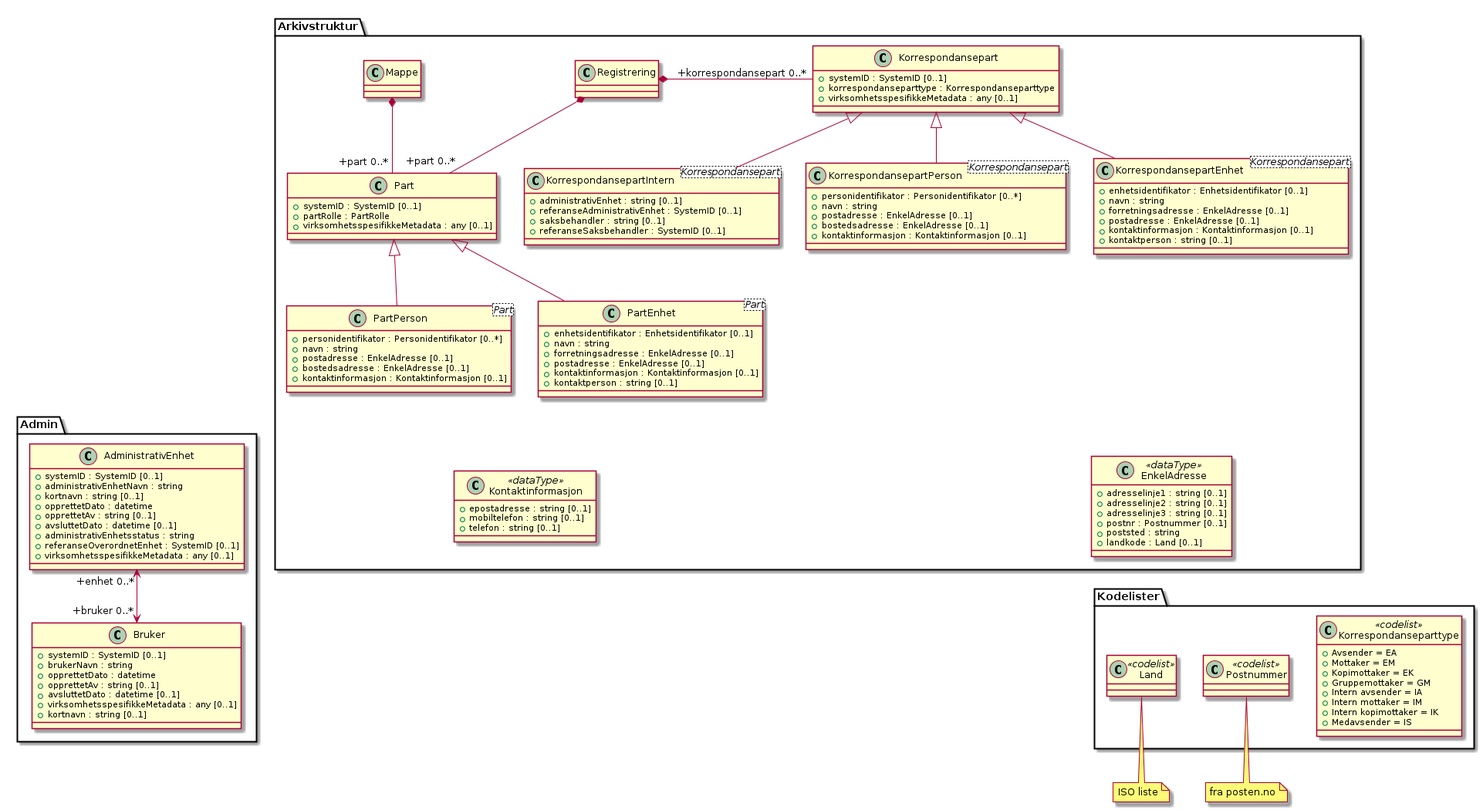
The PlantUML diagram kapitler/media/uml-klasse-person-og-organisasjonsdata.png in arkivverket/noark5-tjenestegrensesnitt-standard, before a commit.
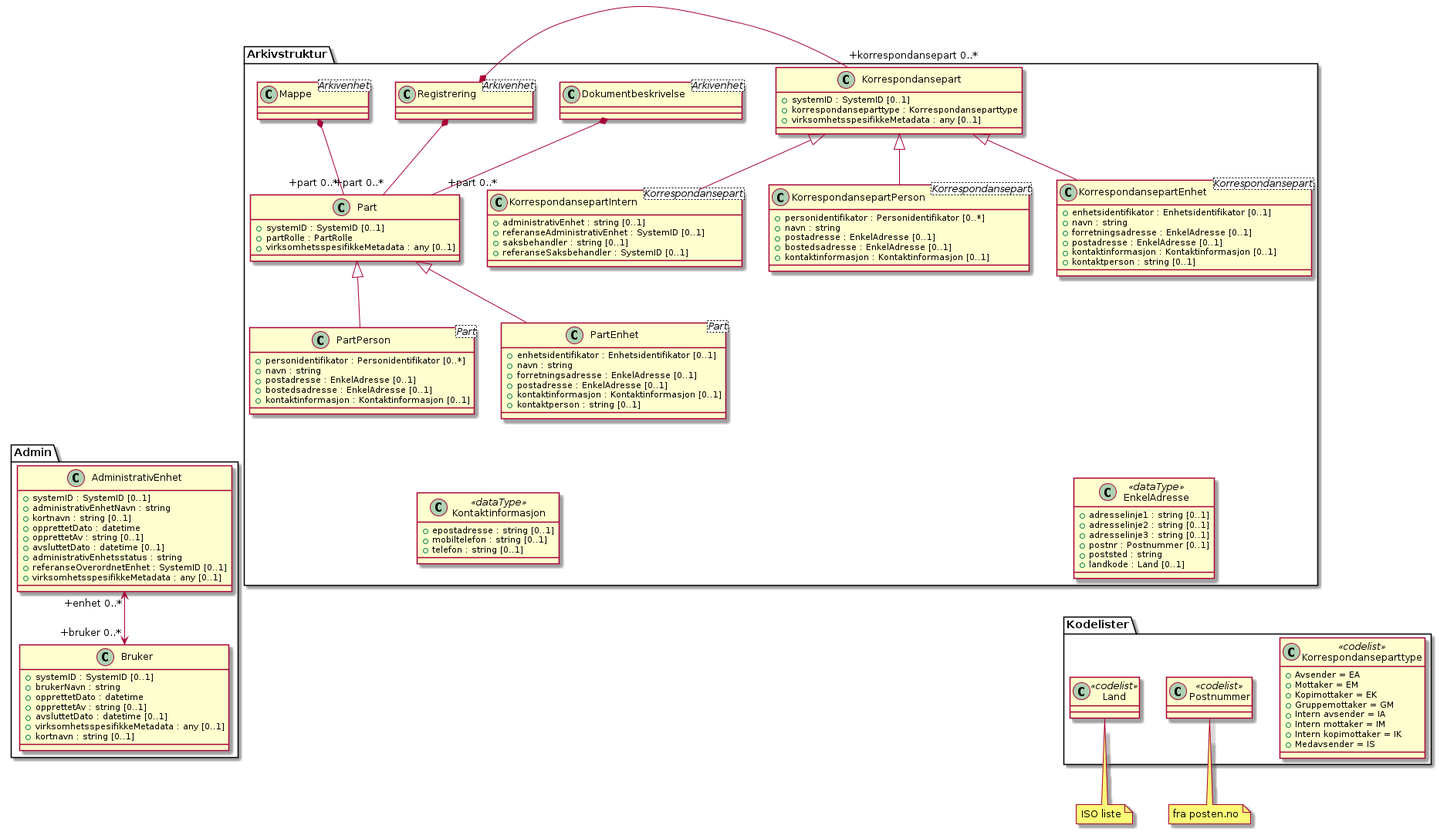
Later version of the same file.

What changed in the source:
```diff
@@ -1,4 +1,8 @@
 @startuml
+
+class Arkivstruktur.Mappe <Arkivenhet>
+class Arkivstruktur.Registrering <Arkivenhet>
+class Arkivstruktur.Dokumentbeskrivelse <Arkivenhet>
 
 class Kodelister.Korrespondanseparttype <<codelist>> {
   +Avsender = EA
@@ -121,4 +125,6 @@
 Arkivstruktur.PartPerson <-[hidden]- Arkivstruktur.Kontaktinformasjon
 Arkivstruktur.PartEnhet <-[hidden]- Arkivstruktur.Kontaktinformasjon
 
+Arkivstruktur.Dokumentbeskrivelse *-- "+part 0..*" Arkivstruktur.Part
+
 @enduml
```
